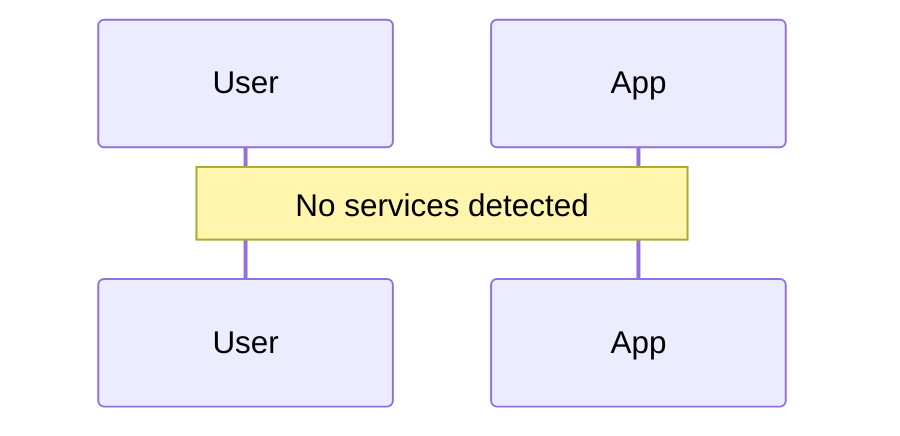
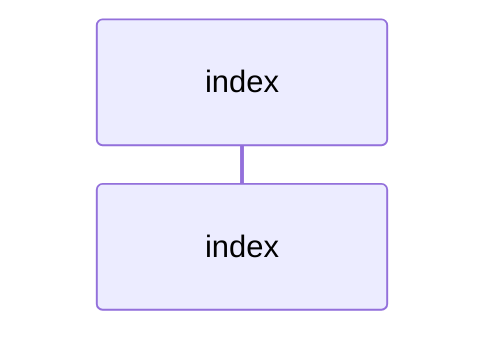
sequenceDiagram
-   Note over User,App: No services detected+   participant index_1bc04b52 as index
